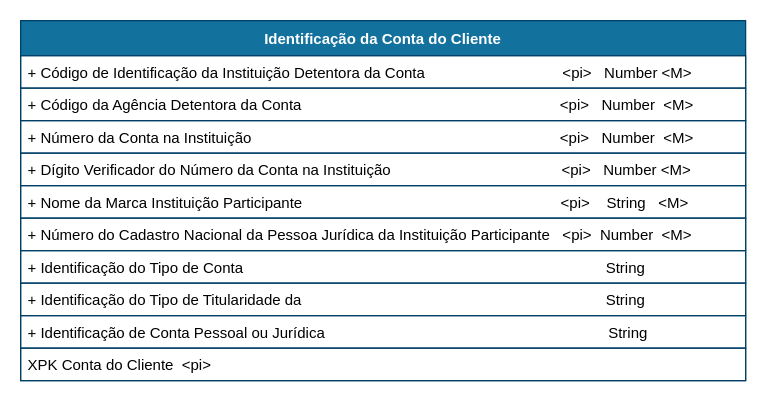
OpenBanking-Brasil/areadesenvolvedor keeps this draw.io diagram as draw_io_diagrams/accounts/DER_Accounts_Identification.v1.drawio. Above is the earlier version. Source tidied: cells renumbered, new cells numbered last; positions are measured from the earlier drawing's top-left corner, leaving out a move shared by most shapes. Both pictures are drawn from the tidied source at 125%, with x=0, y=0 at pixel (20, 20).
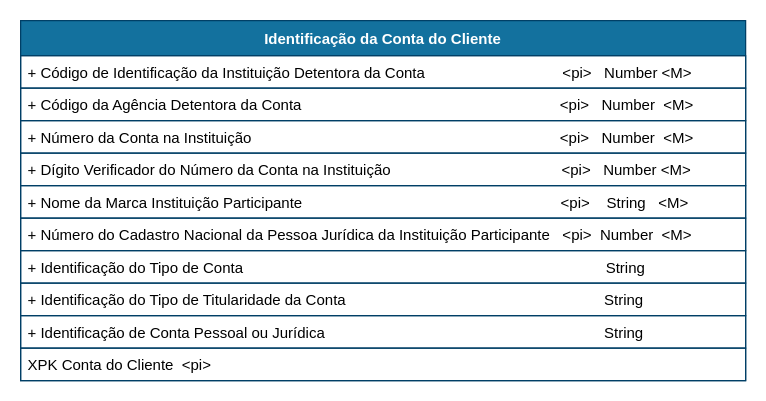
After the change.

Commit message (it also covers changes not shown here):
Account Identification - Fix DER

What changed in the source:
```diff
@@
 <mxGraphModel>
   <root>
     <mxCell id="0" />
     <mxCell id="1" parent="0" />
     <mxCell id="2" value="Identificação da Conta do Cliente" style="swimlane;fontStyle=1;horizontal=1;startSize=28;rounded=0;shadow=0;comic=0;sketch=0;align=center;html=0;fillColor=#13719E;strokeColor=#003F66;fontColor=#FFFFFF;" parent="1" vertex="1">
       <mxGeometry width="580" height="288" as="geometry" />
     </mxCell>
     <mxCell id="3" value="+ Código de Identificação da Instituição Detentora da Conta                                 &lt;pi&gt;   Number &lt;M&gt;" style="text;fillColor=none;align=left;verticalAlign=top;spacingLeft=4;spacingRight=4;overflow=hidden;strokeColor=#003F66;" parent="2" vertex="1">
       <mxGeometry y="28" width="580" height="26" as="geometry" />
     </mxCell>
     <mxCell id="4" value="+ Código da Agência Detentora da Conta                                                              &lt;pi&gt;   Number  &lt;M&gt;" style="text;fillColor=none;align=left;verticalAlign=top;spacingLeft=4;spacingRight=4;overflow=hidden;strokeColor=#003F66;" parent="2" vertex="1">
       <mxGeometry y="54" width="580" height="26" as="geometry" />
     </mxCell>
     <mxCell id="5" value="+ Número da Conta na Instituição                                                                          &lt;pi&gt;   Number  &lt;M&gt;" style="text;fillColor=none;align=left;verticalAlign=top;spacingLeft=4;spacingRight=4;overflow=hidden;strokeColor=#003F66;" parent="2" vertex="1">
       <mxGeometry y="80" width="580" height="26" as="geometry" />
     </mxCell>
     <mxCell id="6" value="+ Dígito Verificador do Número da Conta na Instituição                                         &lt;pi&gt;   Number &lt;M&gt;" style="text;fillColor=none;align=left;verticalAlign=top;spacingLeft=4;spacingRight=4;overflow=hidden;strokeColor=#003F66;" parent="2" vertex="1">
       <mxGeometry y="106" width="580" height="26" as="geometry" />
     </mxCell>
     <mxCell id="7" value="+ Nome da Marca Instituição Participante                                                              &lt;pi&gt;    String   &lt;M&gt;" style="text;fillColor=none;align=left;verticalAlign=top;spacingLeft=4;spacingRight=4;overflow=hidden;strokeColor=#003F66;" parent="2" vertex="1">
       <mxGeometry y="132" width="580" height="26" as="geometry" />
     </mxCell>
     <mxCell id="8" value="+ Número do Cadastro Nacional da Pessoa Jurídica da Instituição Participante   &lt;pi&gt;  Number  &lt;M&gt;" style="text;fillColor=none;align=left;verticalAlign=top;spacingLeft=4;spacingRight=4;overflow=hidden;strokeColor=#003F66;" parent="2" vertex="1">
       <mxGeometry y="158" width="580" height="26" as="geometry" />
     </mxCell>
     <mxCell id="9" value="+ Identificação do Tipo de Conta                                                                                       String     " style="text;fillColor=none;align=left;verticalAlign=top;spacingLeft=4;spacingRight=4;overflow=hidden;strokeColor=#003F66;" parent="2" vertex="1">
       <mxGeometry y="184" width="580" height="26" as="geometry" />
     </mxCell>
-    <mxCell id="10" value="+ Identificação do Tipo de Titularidade da                                                                         String     " style="text;fillColor=none;align=left;verticalAlign=top;spacingLeft=4;spacingRight=4;overflow=hidden;strokeColor=#003F66;" parent="2" vertex="1">
+    <mxCell id="10" value="+ Identificação do Tipo de Titularidade da Conta                                                              String     " style="text;fillColor=none;align=left;verticalAlign=top;spacingLeft=4;spacingRight=4;overflow=hidden;strokeColor=#003F66;" parent="2" vertex="1">
       <mxGeometry y="210" width="580" height="26" as="geometry" />
     </mxCell>
-    <mxCell id="11" value="+ Identificação de Conta Pessoal ou Jurídica                                                                    String     " style="text;fillColor=none;align=left;verticalAlign=top;spacingLeft=4;spacingRight=4;overflow=hidden;strokeColor=#003F66;" parent="2" vertex="1">
+    <mxCell id="11" value="+ Identificação de Conta Pessoal ou Jurídica                                                                   String     " style="text;fillColor=none;align=left;verticalAlign=top;spacingLeft=4;spacingRight=4;overflow=hidden;strokeColor=#003F66;" parent="2" vertex="1">
       <mxGeometry y="236" width="580" height="26" as="geometry" />
     </mxCell>
     <mxCell id="12" value="XPK Conta do Cliente  &lt;pi&gt;" style="text;fillColor=none;align=left;verticalAlign=top;spacingLeft=4;spacingRight=4;overflow=hidden;strokeColor=#003F66;" parent="2" vertex="1">
       <mxGeometry y="262" width="580" height="26" as="geometry" />
     </mxCell>
   </root>
 </mxGraphModel>
```
